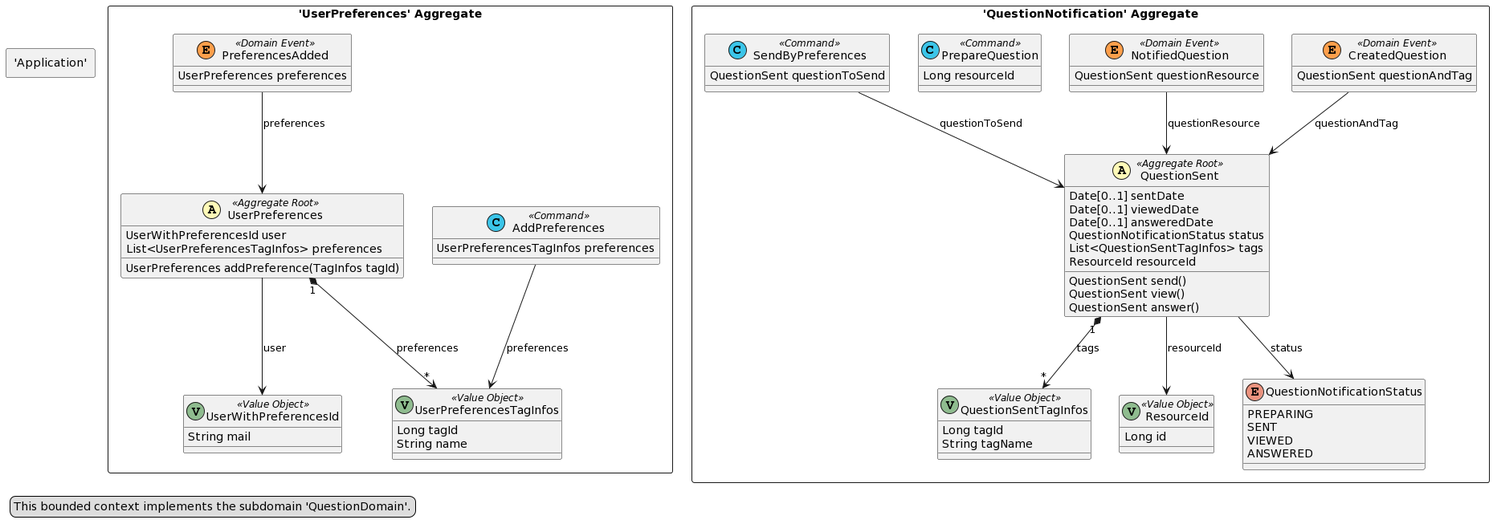
Earlier version of the PlantUML export doc/dist/src-gen/gamedev_BC_SendQuestionContext.png (esgi-lyon/question-ddd). Its diagram source:
```plantuml
@startuml
skinparam componentStyle uml2

package "'UserPreferences' Aggregate" <<Rectangle>> {
	class UserPreferences <<(A,#fffab8) Aggregate Root>> {
		UserWithPreferencesId user
		List<UserPreferencesTagInfos> preferences
		UserPreferences addPreference(TagInfos tagId)
	}
	class UserWithPreferencesId <<(V,DarkSeaGreen) Value Object>> {
		String mail
	}
	class UserPreferencesTagInfos <<(V,DarkSeaGreen) Value Object>> {
		Long tagId
		String name
	}
	class AddPreferences <<(C,#3bc5e9) Command>> {
		UserPreferencesTagInfos preferences
	}
	class PreferencesAdded <<(E,#ff9f4b) Domain Event>> {
		UserPreferences preferences
	}
}
package "'QuestionNotification' Aggregate" <<Rectangle>> {
	class QuestionSent <<(A,#fffab8) Aggregate Root>> {
		Date[0..1] sentDate
		Date[0..1] viewedDate
		Date[0..1] answeredDate
		QuestionNotificationStatus status
		List<QuestionSentTagInfos> tags
		ResourceId resourceId
		QuestionSent send()
		QuestionSent view()
		QuestionSent answer()
	}
	class QuestionSentTagInfos <<(V,DarkSeaGreen) Value Object>> {
		Long tagId
		String tagName
	}
	class ResourceId <<(V,DarkSeaGreen) Value Object>> {
		Long id
	}
	enum QuestionNotificationStatus {
		PREPARING
		SENT
		VIEWED
		ANSWERED
	}
	class CreatedQuestion <<(E,#ff9f4b) Domain Event>> {
		QuestionSent questionAndTag
	}
	class NotifiedQuestion <<(E,#ff9f4b) Domain Event>> {
		QuestionSent questionResource
	}
	class PrepareQuestion <<(C,#3bc5e9) Command>> {
		Long resourceId
	}
	class SendByPreferences <<(C,#3bc5e9) Command>> {
		QuestionSent questionToSend
	}
}
package "'Application'" <<Rectangle>> {
	legend left
		This application layer contains flow definitions (visualization available via BPMN Sketch Miner).
	end legend
}
NotifiedQuestion --> QuestionSent : questionResource
UserPreferences "1" *--> "*" UserPreferencesTagInfos : preferences
QuestionSent --> ResourceId : resourceId
UserPreferences --> UserWithPreferencesId : user
CreatedQuestion --> QuestionSent : questionAndTag
PreferencesAdded --> UserPreferences : preferences
QuestionSent "1" *--> "*" QuestionSentTagInfos : tags
QuestionSent --> QuestionNotificationStatus : status
AddPreferences --> UserPreferencesTagInfos : preferences
SendByPreferences --> QuestionSent : questionToSend
legend left
  This bounded context implements the subdomain 'QuestionDomain'.
end legend
@enduml
```
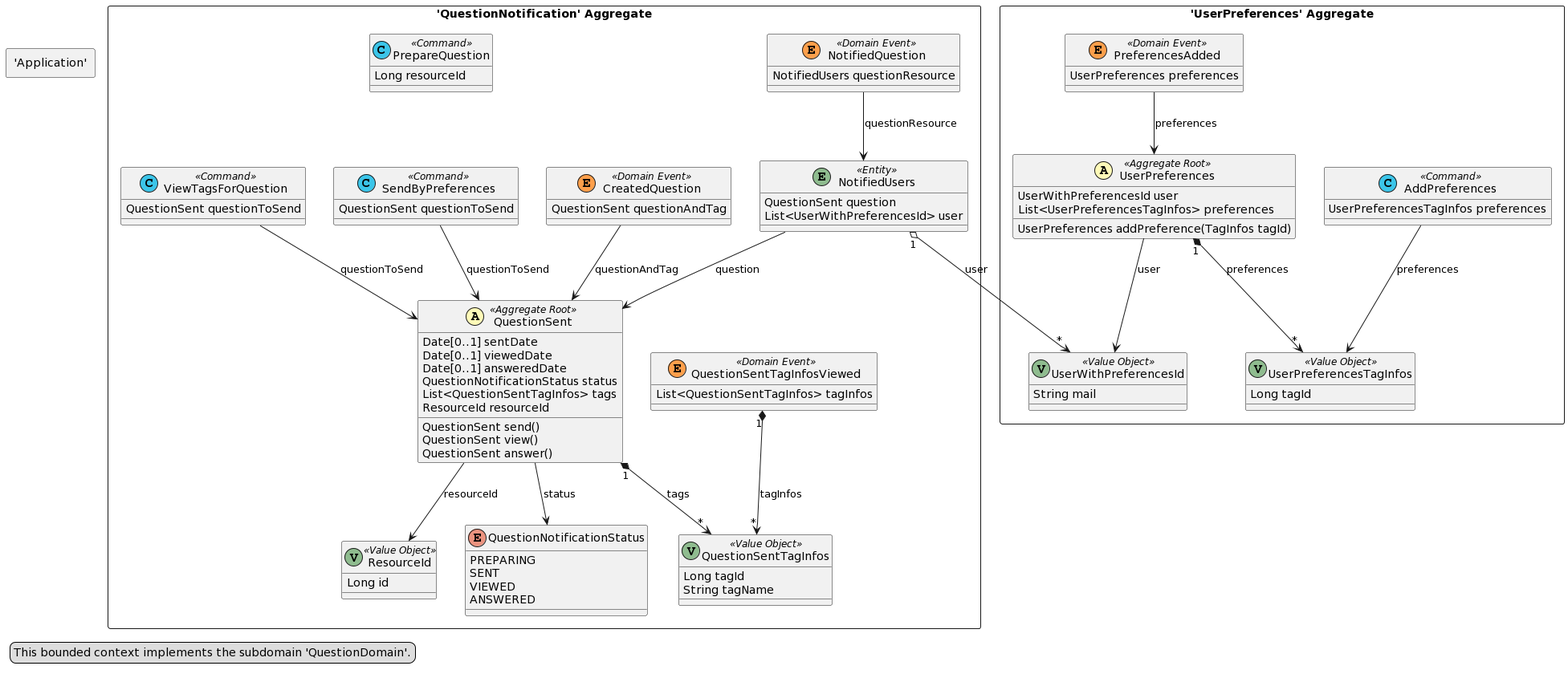
Later version of the same file.

Diff of the diagram source:
```diff
@@ -12,7 +12,6 @@
 	}
 	class UserPreferencesTagInfos <<(V,DarkSeaGreen) Value Object>> {
 		Long tagId
-		String name
 	}
 	class AddPreferences <<(C,#3bc5e9) Command>> {
 		UserPreferencesTagInfos preferences
@@ -33,6 +32,10 @@
 		QuestionSent view()
 		QuestionSent answer()
 	}
+	class NotifiedUsers <<(E,DarkSeaGreen) Entity>> {
+		QuestionSent question
+		List<UserWithPreferencesId> user
+	}
 	class QuestionSentTagInfos <<(V,DarkSeaGreen) Value Object>> {
 		Long tagId
 		String tagName
@@ -50,12 +53,18 @@
 		QuestionSent questionAndTag
 	}
 	class NotifiedQuestion <<(E,#ff9f4b) Domain Event>> {
-		QuestionSent questionResource
+		NotifiedUsers questionResource
+	}
+	class QuestionSentTagInfosViewed <<(E,#ff9f4b) Domain Event>> {
+		List<QuestionSentTagInfos> tagInfos
 	}
 	class PrepareQuestion <<(C,#3bc5e9) Command>> {
 		Long resourceId
 	}
 	class SendByPreferences <<(C,#3bc5e9) Command>> {
+		QuestionSent questionToSend
+	}
+	class ViewTagsForQuestion <<(C,#3bc5e9) Command>> {
 		QuestionSent questionToSend
 	}
 }
@@ -64,15 +73,19 @@
 		This application layer contains flow definitions (visualization available via BPMN Sketch Miner).
 	end legend
 }
-NotifiedQuestion --> QuestionSent : questionResource
+QuestionSent --> ResourceId : resourceId
+CreatedQuestion --> QuestionSent : questionAndTag
+NotifiedQuestion --> NotifiedUsers : questionResource
+ViewTagsForQuestion --> QuestionSent : questionToSend
+AddPreferences --> UserPreferencesTagInfos : preferences
 UserPreferences "1" *--> "*" UserPreferencesTagInfos : preferences
-QuestionSent --> ResourceId : resourceId
 UserPreferences --> UserWithPreferencesId : user
-CreatedQuestion --> QuestionSent : questionAndTag
+NotifiedUsers --> QuestionSent : question
 PreferencesAdded --> UserPreferences : preferences
 QuestionSent "1" *--> "*" QuestionSentTagInfos : tags
 QuestionSent --> QuestionNotificationStatus : status
-AddPreferences --> UserPreferencesTagInfos : preferences
+QuestionSentTagInfosViewed "1" *--> "*" QuestionSentTagInfos : tagInfos
+NotifiedUsers "1" o--> "*" UserWithPreferencesId : user
 SendByPreferences --> QuestionSent : questionToSend
 legend left
   This bounded context implements the subdomain 'QuestionDomain'.
```
